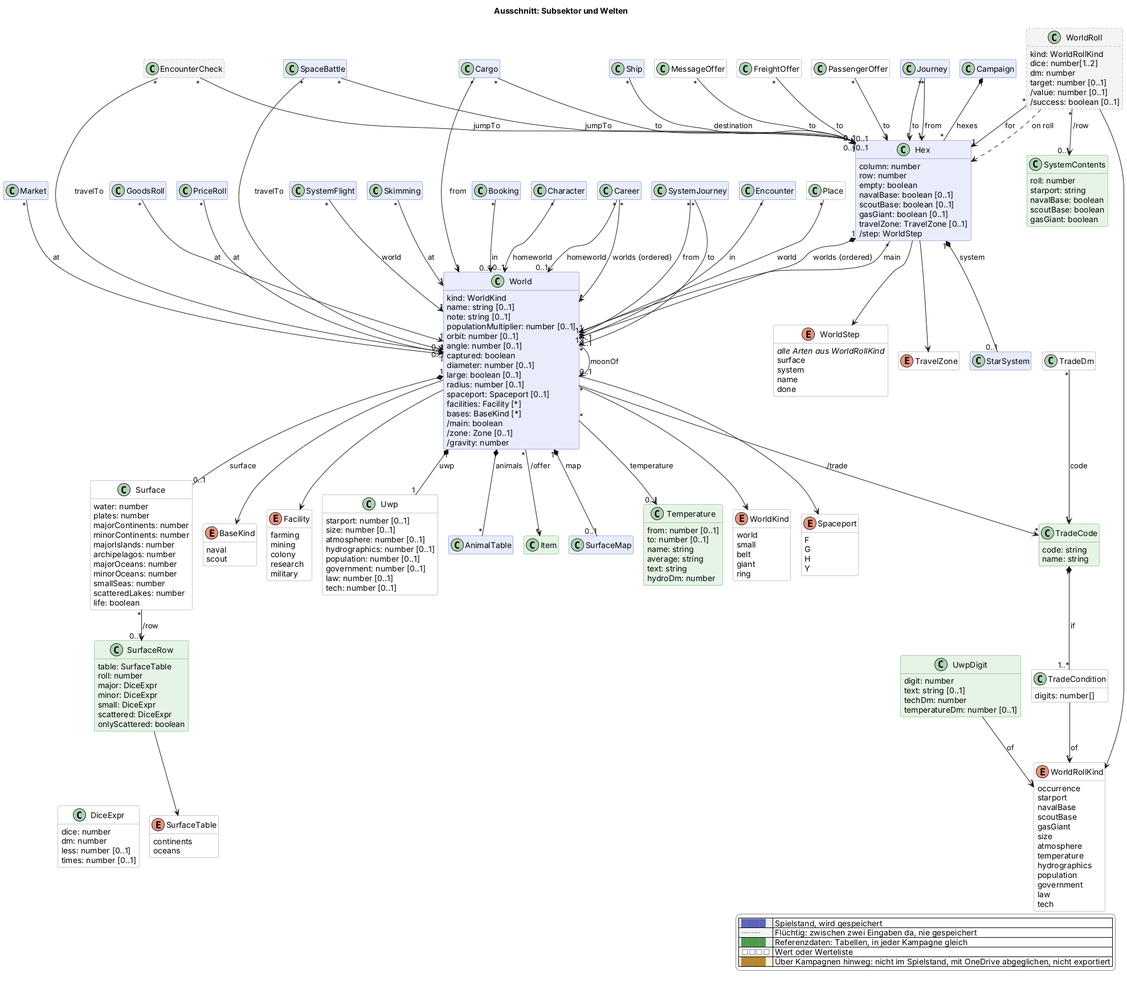
Above: docs/views/sektor.png in scuzzar/SRE (PlantUML), before the change.
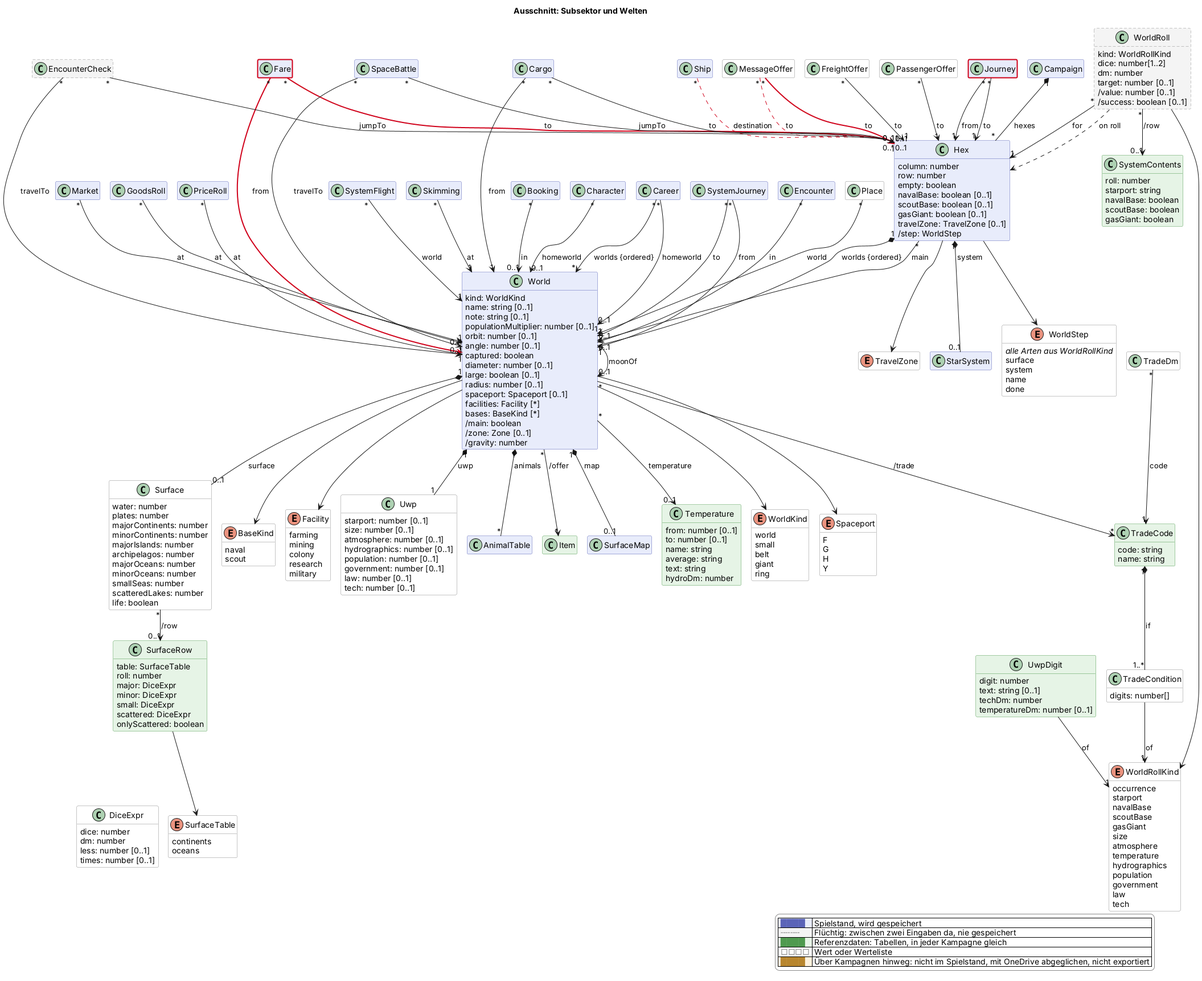
After the change.

What changed in the source:
```diff
@@ -79,6 +79,7 @@
   class GoodsRoll $handel
   class PriceRoll $handel
   class Cargo $handel
+  class Fare $handel $newClass("2026-11-27c")
   class MessageOffer <<value>> $handel
   class FreightOffer <<value>> $handel
   class PassengerOffer <<value>> $handel
@@ -264,10 +265,13 @@
 Market "*" --> "1" World : at
 FreightOffer "*" --> "1" Hex : to
 PassengerOffer "*" --> "1" Hex : to
-MessageOffer "*" --> "0..1" Hex : to
+MessageOffer "*" -$goneArrow("2026-11-27c")-> "0..1" Hex : to
+MessageOffer "*" -$newArrow("2026-11-27c")-> "1" Hex : to
 GoodsRoll "*" --> "1" World : at
 PriceRoll "*" --> "1" World : at
-Ship "*" --> "0..1" Hex : destination
+Ship "*" -$goneArrow("2026-11-27c")-> "0..1" Hex : destination
+Fare "*" -$newArrow("2026-11-27c")-> "1" World : from
+Fare "*" -$newArrow("2026-11-27c")-> "1" Hex : to
 Cargo "*" --> "1" World : from
 Cargo "*" --> "0..1" Hex : to
 Hex --> TravelZone
@@ -335,4 +339,5 @@
   |<#ffffff> <color:#8a8a8a>□□□□</color> | Wert oder Werteliste |
   |<#fdf1dc> <color:#b8862e>████</color> | Über Kampagnen hinweg: nicht im Spielstand, mit OneDrive abgeglichen, nicht exportiert |
 endlegend
+class Journey #line:d0021b;line.bold
 @enduml
```
